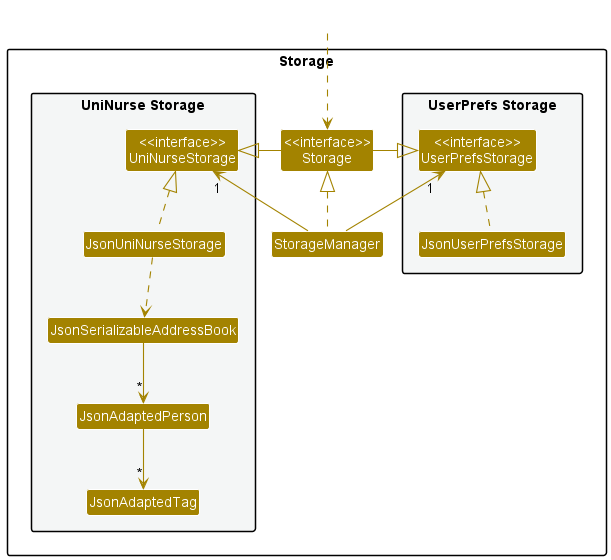
Above: docs/images/StorageClassDiagram.png in nus-cs2103-AY2223S1/tp (PlantUML), before the change.
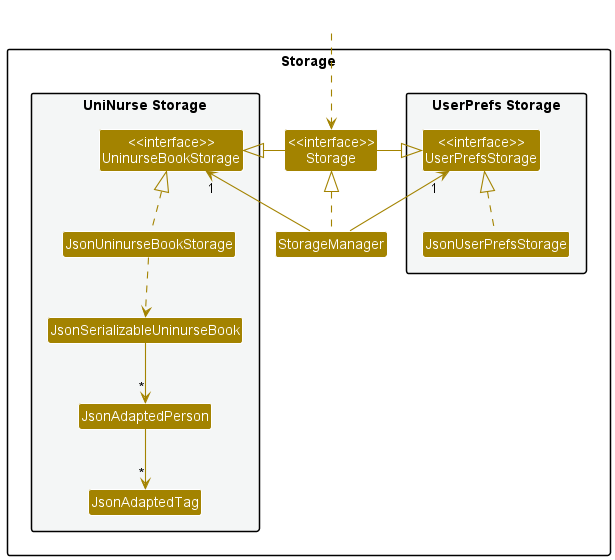
The same diagram one commit later.

The edit, as a diff of the source:
```diff
@@ -15,9 +15,9 @@
 Class StorageManager
 
 package "UniNurse Storage" #F4F6F6{
-Class "<<interface>>\nUniNurseStorage" as UniNurseStorage
-Class JsonUniNurseStorage
-Class JsonSerializableAddressBook
+Class "<<interface>>\nUninurseBookStorage" as UninurseBookStorage
+Class JsonUninurseBookStorage
+Class JsonSerializableUninurseBook
 Class JsonAdaptedPerson
 Class JsonAdaptedTag
 }
@@ -29,15 +29,15 @@
 
 StorageManager .up.|> Storage
 StorageManager -up-> "1" UserPrefsStorage
-StorageManager -up-> "1" UniNurseStorage
+StorageManager -up-> "1" UninurseBookStorage
 
 Storage -left-|> UserPrefsStorage
-Storage -right-|> UniNurseStorage
+Storage -right-|> UninurseBookStorage
 
 JsonUserPrefsStorage .up.|> UserPrefsStorage
-JsonUniNurseStorage .up.|> UniNurseStorage
-JsonUniNurseStorage ..> JsonSerializableAddressBook
-JsonSerializableAddressBook --> "*" JsonAdaptedPerson
+JsonUninurseBookStorage .up.|> UninurseBookStorage
+JsonUninurseBookStorage ..> JsonSerializableUninurseBook
+JsonSerializableUninurseBook --> "*" JsonAdaptedPerson
 JsonAdaptedPerson --> "*" JsonAdaptedTag
 
 @enduml
```
